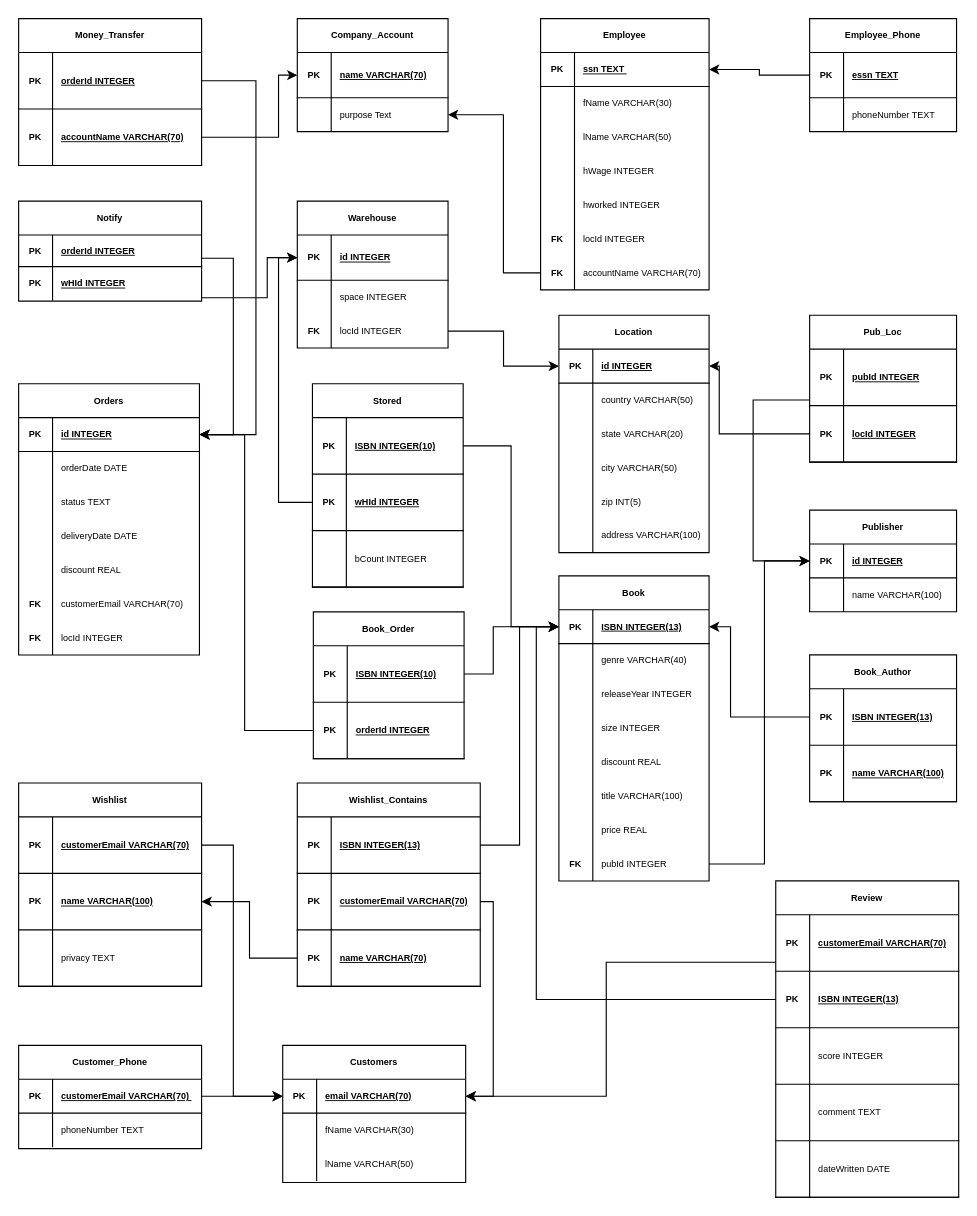
Above: RelatioalSchema.drawio in Will-Blanton/CSE_3241_Project (draw.io), before the change. Source tidied: cells renumbered, new cells numbered last; positions are measured from the earlier drawing's top-left corner, leaving out a move shared by most shapes. Both pictures are drawn from the tidied source at 113%, with x=0, y=0 at pixel (18, 18).
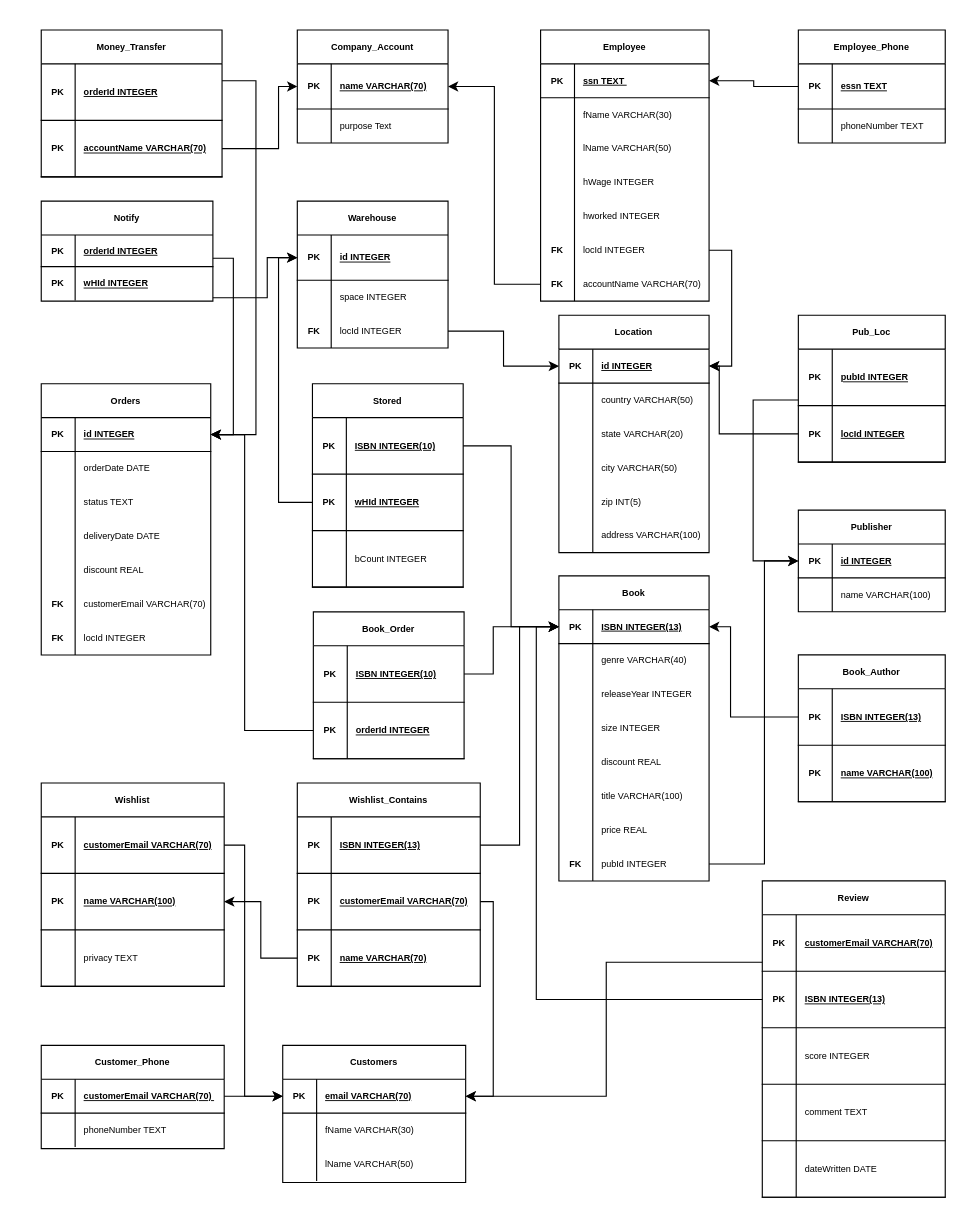
Above is the later version.

The change refers to these unchanged cells:
```xml
<mxCell id="2" style="group;fontSize=8;" parent="1" vertex="1">
  <mxGeometry x="20" width="811.9" height="1060" as="geometry" />
</mxCell>
<mxCell id="26" style="shape=partialRectangle;fillColor=none;points=[[0,0.5],[1,0.5]];portConstraint=eastwest;top=0;left=0;right=0;bottom=1;fontSize=8;" parent="25" vertex="1">
  <mxGeometry y="30" width="132.9" height="30" as="geometry" />
</mxCell>
<mxCell id="45" style="shape=partialRectangle;fillColor=none;points=[[0,0.5],[1,0.5]];portConstraint=eastwest;top=0;left=0;right=0;bottom=1;fontSize=8;" parent="44" vertex="1">
  <mxGeometry y="30" width="161.9" height="30" as="geometry" />
</mxCell>
<mxCell id="55" style="shape=partialRectangle;fillColor=none;points=[[0,0.5],[1,0.5]];portConstraint=eastwest;top=0;left=0;right=0;bottom=1;fontSize=8;" parent="54" vertex="1">
  <mxGeometry y="30" width="133.4" height="40" as="geometry" />
</mxCell>
<mxCell id="58" style="shape=partialRectangle;fillColor=none;points=[[0,0.5],[1,0.5]];portConstraint=eastwest;top=0;left=0;right=0;bottom=0;fontSize=8;" parent="54" vertex="1">
  <mxGeometry y="70" width="133.4" height="30" as="geometry" />
</mxCell>
<mxCell id="118" style="shape=partialRectangle;fillColor=none;points=[[0,0.5],[1,0.5]];portConstraint=eastwest;top=0;left=0;right=0;bottom=1;fontSize=8;" parent="117" vertex="1">
  <mxGeometry y="30" width="161.9" height="50" as="geometry" />
</mxCell>
<mxCell id="159" style="shape=partialRectangle;fillColor=none;points=[[0,0.5],[1,0.5]];portConstraint=eastwest;top=0;left=0;right=0;bottom=0;fontSize=8;" parent="143" vertex="1">
  <mxGeometry y="180" width="149.1" height="30" as="geometry" />
</mxCell>
<mxCell id="162" style="shape=partialRectangle;fillColor=none;points=[[0,0.5],[1,0.5]];portConstraint=eastwest;top=0;left=0;right=0;bottom=0;fontSize=8;" parent="143" vertex="1">
  <mxGeometry y="210" width="149.1" height="30" as="geometry" />
</mxCell>
```

Change to the diagram source:
```diff
@@
     <mxCell id="3" value="Orders" style="shape=table;startSize=30;childLayout=tableLayout;rowLines=0;fontStyle=1;align=center;fontSize=8;" parent="2" vertex="1">
-      <mxGeometry x="-20" y="323.1" width="160" height="240" as="geometry" />
+      <mxGeometry y="323.1" width="150" height="240" as="geometry" />
     </mxCell>
     <mxCell id="4" style="shape=partialRectangle;fillColor=none;points=[[0,0.5],[1,0.5]];portConstraint=eastwest;top=0;left=0;right=0;bottom=1;fontSize=8;" parent="3" vertex="1">
-      <mxGeometry y="30" width="160" height="30" as="geometry" />
+      <mxGeometry y="30" width="150" height="30" as="geometry" />
     </mxCell>
@@
     <mxCell id="6" value="id INTEGER " style="shape=partialRectangle;overflow=hidden;fillColor=none;top=0;left=0;bottom=0;right=0;align=left;spacingLeft=6;fontStyle=5;fontSize=8;" parent="4" vertex="1">
-      <mxGeometry x="30" width="130" height="30" as="geometry" />
+      <mxGeometry x="30" width="120" height="30" as="geometry" />
     </mxCell>
     <mxCell id="7" style="shape=partialRectangle;fillColor=none;top=0;left=0;right=0;bottom=0;fontSize=8;" parent="3" vertex="1">
-      <mxGeometry y="60" width="160" height="30" as="geometry" />
+      <mxGeometry y="60" width="150" height="30" as="geometry" />
     </mxCell>
@@
     <mxCell id="9" value="orderDate DATE" style="shape=partialRectangle;overflow=hidden;fillColor=none;top=0;left=0;bottom=0;right=0;align=left;spacingLeft=6;fontSize=8;" parent="7" vertex="1">
-      <mxGeometry x="30" width="130" height="30" as="geometry" />
+      <mxGeometry x="30" width="120" height="30" as="geometry" />
     </mxCell>
     <mxCell id="10" style="shape=partialRectangle;fillColor=none;top=0;left=0;right=0;bottom=0;fontSize=8;" parent="3" vertex="1">
-      <mxGeometry y="90" width="160" height="30" as="geometry" />
+      <mxGeometry y="90" width="150" height="30" as="geometry" />
     </mxCell>
@@
     <mxCell id="12" value="status TEXT" style="shape=partialRectangle;overflow=hidden;fillColor=none;top=0;left=0;bottom=0;right=0;align=left;spacingLeft=6;fontSize=8;" parent="10" vertex="1">
-      <mxGeometry x="30" width="130" height="30" as="geometry" />
+      <mxGeometry x="30" width="120" height="30" as="geometry" />
     </mxCell>
     <mxCell id="13" style="shape=partialRectangle;fillColor=none;top=0;left=0;right=0;bottom=0;fontSize=8;" parent="3" vertex="1">
-      <mxGeometry y="120" width="160" height="30" as="geometry" />
+      <mxGeometry y="120" width="150" height="30" as="geometry" />
     </mxCell>
@@
     <mxCell id="15" value="deliveryDate DATE" style="shape=partialRectangle;overflow=hidden;fillColor=none;top=0;left=0;bottom=0;right=0;align=left;spacingLeft=6;fontSize=8;" parent="13" vertex="1">
-      <mxGeometry x="30" width="130" height="30" as="geometry" />
+      <mxGeometry x="30" width="120" height="30" as="geometry" />
     </mxCell>
     <mxCell id="16" style="shape=partialRectangle;fillColor=none;top=0;left=0;right=0;bottom=0;fontSize=8;" parent="3" vertex="1">
-      <mxGeometry y="150" width="160" height="30" as="geometry" />
+      <mxGeometry y="150" width="150" height="30" as="geometry" />
     </mxCell>
@@
     <mxCell id="18" value="discount REAL " style="shape=partialRectangle;overflow=hidden;fillColor=none;top=0;left=0;bottom=0;right=0;align=left;spacingLeft=6;fontSize=8;" parent="16" vertex="1">
-      <mxGeometry x="30" width="130" height="30" as="geometry" />
+      <mxGeometry x="30" width="120" height="30" as="geometry" />
     </mxCell>
     <mxCell id="19" style="shape=partialRectangle;fillColor=none;top=0;left=0;right=0;bottom=0;fontSize=8;" parent="3" vertex="1">
-      <mxGeometry y="180" width="160" height="30" as="geometry" />
+      <mxGeometry y="180" width="150" height="30" as="geometry" />
     </mxCell>
@@
     <mxCell id="21" value="customerEmail VARCHAR(70) " style="shape=partialRectangle;overflow=hidden;fillColor=none;top=0;left=0;bottom=0;right=0;align=left;spacingLeft=6;fontSize=8;" parent="19" vertex="1">
-      <mxGeometry x="30" width="130" height="30" as="geometry" />
+      <mxGeometry x="30" width="120" height="30" as="geometry" />
     </mxCell>
     <mxCell id="22" style="shape=partialRectangle;fillColor=none;top=0;left=0;right=0;bottom=0;fontSize=8;" parent="3" vertex="1">
-      <mxGeometry y="210" width="160" height="30" as="geometry" />
+      <mxGeometry y="210" width="150" height="30" as="geometry" />
     </mxCell>
@@
     <mxCell id="24" value="locId INTEGER " style="shape=partialRectangle;overflow=hidden;fillColor=none;top=0;left=0;bottom=0;right=0;align=left;spacingLeft=6;fontSize=8;" parent="22" vertex="1">
-      <mxGeometry x="30" width="130" height="30" as="geometry" />
+      <mxGeometry x="30" width="120" height="30" as="geometry" />
     </mxCell>
@@
     <mxCell id="54" value="Company_Account" style="shape=table;startSize=30;childLayout=tableLayout;rowLines=0;fontStyle=1;align=center;fontSize=8;" parent="2" vertex="1">
-      <mxGeometry x="226.6" width="133.4" height="100" as="geometry" />
+      <mxGeometry x="226.6" y="10" width="133.4" height="100" as="geometry" />
     </mxCell>
@@
     <mxCell id="61" value="Customer_Phone" style="shape=table;startSize=30;childLayout=tableLayout;rowLines=0;fontStyle=1;align=center;fontSize=8;" parent="2" vertex="1">
-      <mxGeometry x="-20" y="908.6" width="161.9" height="91.4" as="geometry" />
+      <mxGeometry y="908.6" width="161.9" height="91.4" as="geometry" />
     </mxCell>
@@
     <mxCell id="68" value="Publisher" style="shape=table;startSize=30;childLayout=tableLayout;rowLines=0;fontStyle=1;align=center;fontSize=8;" parent="2" vertex="1">
-      <mxGeometry x="680" y="434.9" width="130" height="90" as="geometry" />
+      <mxGeometry x="670" y="434.9" width="130" height="90" as="geometry" />
     </mxCell>
@@
     <mxCell id="100" value="Book_Author" style="shape=table;startSize=30;childLayout=tableLayout;rowLines=0;fontStyle=1;align=center;fontSize=8;" parent="2" vertex="1">
-      <mxGeometry x="680" y="563" width="130" height="130" as="geometry" />
+      <mxGeometry x="670" y="563" width="130" height="130" as="geometry" />
     </mxCell>
@@
     <mxCell id="117" value="Wishlist" style="shape=table;startSize=30;childLayout=tableLayout;rowLines=0;fontStyle=1;align=center;fontSize=8;" parent="2" vertex="1">
-      <mxGeometry x="-20" y="676.4" width="161.9" height="180" as="geometry" />
+      <mxGeometry y="676.4" width="161.9" height="180" as="geometry" />
     </mxCell>
@@
     <mxCell id="127" value="Review" style="shape=table;startSize=30;childLayout=tableLayout;rowLines=0;fontStyle=1;align=center;fontSize=8;" parent="2" vertex="1">
-      <mxGeometry x="650" y="763" width="161.9" height="280" as="geometry" />
+      <mxGeometry x="638.1" y="763" width="161.9" height="280" as="geometry" />
     </mxCell>
@@
     <mxCell id="143" value="Employee" style="shape=table;startSize=30;childLayout=tableLayout;rowLines=0;fontStyle=1;align=center;fontSize=8;" parent="2" vertex="1">
-      <mxGeometry x="441.9" width="149.1" height="240" as="geometry" />
+      <mxGeometry x="441.9" y="10" width="149.1" height="240" as="geometry" />
     </mxCell>
@@
     <mxCell id="165" value="Employee_Phone" style="shape=table;startSize=30;childLayout=tableLayout;rowLines=0;fontStyle=1;align=center;fontSize=8;" parent="2" vertex="1">
-      <mxGeometry x="680" width="130" height="100" as="geometry" />
+      <mxGeometry x="670" y="10" width="130" height="100" as="geometry" />
     </mxCell>
@@
     <mxCell id="182" value="Notify" style="shape=table;startSize=30;childLayout=tableLayout;rowLines=0;fontStyle=1;align=center;fontSize=8;" parent="2" vertex="1">
-      <mxGeometry x="-20" y="161.5" width="161.9" height="88.5" as="geometry" />
+      <mxGeometry y="161.5" width="151.9" height="88.5" as="geometry" />
     </mxCell>
     <mxCell id="183" style="shape=partialRectangle;fillColor=none;points=[[0,0.5],[1,0.5]];portConstraint=eastwest;top=0;left=0;right=0;bottom=1;fontSize=8;" parent="182" vertex="1">
-      <mxGeometry y="30" width="161.9" height="28" as="geometry" />
+      <mxGeometry y="30" width="151.9" height="28" as="geometry" />
     </mxCell>
@@
     <mxCell id="185" value="orderId INTEGER" style="shape=partialRectangle;overflow=hidden;fillColor=none;top=0;left=0;bottom=0;right=0;align=left;spacingLeft=6;fontStyle=5;fontSize=8;" parent="183" vertex="1">
-      <mxGeometry x="30" width="131.9" height="28" as="geometry" />
+      <mxGeometry x="30" width="121.9" height="28" as="geometry" />
     </mxCell>
     <mxCell id="186" style="shape=partialRectangle;fillColor=none;points=[[0,0.5],[1,0.5]];portConstraint=eastwest;top=0;left=0;right=0;bottom=0;fontSize=8;" parent="182" vertex="1">
-      <mxGeometry y="58" width="161.9" height="30" as="geometry" />
+      <mxGeometry y="58" width="151.9" height="30" as="geometry" />
     </mxCell>
@@
     <mxCell id="188" value="wHId INTEGER" style="shape=partialRectangle;overflow=hidden;fillColor=none;top=0;left=0;bottom=0;right=0;align=left;spacingLeft=6;fontStyle=5;fontSize=8;" parent="186" vertex="1">
-      <mxGeometry x="30" width="131.9" height="30" as="geometry" />
+      <mxGeometry x="30" width="121.9" height="30" as="geometry" />
     </mxCell>
-    <mxCell id="189" value="Money_Transfer" style="shape=table;startSize=30;childLayout=tableLayout;rowLines=0;fontStyle=1;align=center;fontSize=8;" parent="2" vertex="1">
-      <mxGeometry x="-20" width="161.9" height="130" as="geometry" />
-    </mxCell>
-    <mxCell id="190" style="shape=partialRectangle;fillColor=none;points=[[0,0.5],[1,0.5]];portConstraint=eastwest;top=0;left=0;right=0;bottom=1;fontSize=8;" parent="189" vertex="1">
-      <mxGeometry y="30" width="161.9" height="50" as="geometry" />
-    </mxCell>
-    <mxCell id="191" value="PK" style="shape=partialRectangle;overflow=hidden;fillColor=none;top=0;left=0;bottom=0;right=0;fontStyle=1;fontSize=8;" parent="190" vertex="1">
-      <mxGeometry width="30" height="50" as="geometry" />
-    </mxCell>
-    <mxCell id="192" value="orderId INTEGER" style="shape=partialRectangle;overflow=hidden;fillColor=none;top=0;left=0;bottom=0;right=0;align=left;spacingLeft=6;fontStyle=5;fontSize=8;" parent="190" vertex="1">
-      <mxGeometry x="30" width="131.9" height="50" as="geometry" />
-    </mxCell>
-    <mxCell id="193" style="shape=partialRectangle;fillColor=none;points=[[0,0.5],[1,0.5]];portConstraint=eastwest;top=0;left=0;right=0;bottom=1;fontSize=8;" parent="189" vertex="1">
-      <mxGeometry y="80" width="161.9" height="50" as="geometry" />
-    </mxCell>
-    <mxCell id="194" value="PK" style="shape=partialRectangle;overflow=hidden;fillColor=none;top=0;left=0;bottom=0;right=0;fontStyle=1;fontSize=8;" parent="193" vertex="1">
-      <mxGeometry width="30" height="50" as="geometry" />
-    </mxCell>
-    <mxCell id="195" value="accountName VARCHAR(70)" style="shape=partialRectangle;overflow=hidden;fillColor=none;top=0;left=0;bottom=0;right=0;align=left;spacingLeft=6;fontStyle=5;fontSize=8;" parent="193" vertex="1">
-      <mxGeometry x="30" width="131.9" height="50" as="geometry" />
-    </mxCell>
     <mxCell id="196" value="Pub_Loc" style="shape=table;startSize=30;childLayout=tableLayout;rowLines=0;fontStyle=1;align=center;fontSize=8;" parent="2" vertex="1">
-      <mxGeometry x="680" y="262.5" width="130" height="130" as="geometry" />
+      <mxGeometry x="670" y="262.5" width="130" height="130" as="geometry" />
     </mxCell>
@@
     <mxCell id="222" style="edgeStyle=orthogonalEdgeStyle;rounded=0;jettySize=auto;html=1;entryX=0;entryY=0.5;entryDx=0;entryDy=0;fontSize=8;" parent="2" edge="1" source="118" target="45">
       <mxGeometry relative="1" as="geometry">
         <Array as="points">
-          <mxPoint x="170" y="731" />
-          <mxPoint x="170" y="954" />
+          <mxPoint x="180" y="731" />
+          <mxPoint x="180" y="954" />
         </Array>
       </mxGeometry>
     </mxCell>
@@
-    <mxCell id="226" style="edgeStyle=orthogonalEdgeStyle;rounded=0;jettySize=auto;html=1;entryX=0;entryY=0.5;entryDx=0;entryDy=0;fontSize=8;" parent="2" edge="1" source="193" target="55">
-      <mxGeometry relative="1" as="geometry">
-        <Array as="points">
-          <mxPoint x="210" y="105" />
-          <mxPoint x="210" y="50" />
-        </Array>
-      </mxGeometry>
-    </mxCell>
@@
-    <mxCell id="228" style="edgeStyle=orthogonalEdgeStyle;rounded=0;jettySize=auto;html=1;entryX=1;entryY=0.5;entryDx=0;entryDy=0;" parent="2" edge="1" source="162" target="58">
-      <mxGeometry relative="1" as="geometry">
-        <Array as="points">
-          <mxPoint x="409" y="225" />
-          <mxPoint x="409" y="85" />
-        </Array>
-      </mxGeometry>
-    </mxCell>
@@
-    <mxCell id="233" style="edgeStyle=orthogonalEdgeStyle;rounded=0;jettySize=auto;html=1;entryX=1;entryY=0.5;entryDx=0;entryDy=0;" parent="2" edge="1" source="190" target="4">
-      <mxGeometry relative="1" as="geometry">
-        <Array as="points">
-          <mxPoint x="190" y="55" />
-          <mxPoint x="190" y="368" />
-        </Array>
-      </mxGeometry>
-    </mxCell>
@@
+    <mxCell id="242" style="edgeStyle=orthogonalEdgeStyle;rounded=0;jettySize=auto;html=1;entryX=1;entryY=0.5;entryDx=0;entryDy=0;" parent="2" edge="1" source="162" target="55">
+      <mxGeometry relative="1" as="geometry" />
+    </mxCell>
+    <mxCell id="243" style="edgeStyle=orthogonalEdgeStyle;rounded=0;jettySize=auto;html=1;entryX=1;entryY=0.5;entryDx=0;entryDy=0;" parent="2" edge="1" source="159" target="26">
+      <mxGeometry relative="1" as="geometry" />
+    </mxCell>
+    <mxCell id="189" value="Money_Transfer" style="shape=table;startSize=30;childLayout=tableLayout;rowLines=0;fontStyle=1;align=center;fontSize=8;" parent="1" vertex="1">
+      <mxGeometry x="20" y="10" width="160" height="130" as="geometry" />
+    </mxCell>
+    <mxCell id="190" style="shape=partialRectangle;fillColor=none;points=[[0,0.5],[1,0.5]];portConstraint=eastwest;top=0;left=0;right=0;bottom=1;fontSize=8;" parent="189" vertex="1">
+      <mxGeometry y="30" width="160" height="50" as="geometry" />
+    </mxCell>
+    <mxCell id="191" value="PK" style="shape=partialRectangle;overflow=hidden;fillColor=none;top=0;left=0;bottom=0;right=0;fontStyle=1;fontSize=8;" parent="190" vertex="1">
+      <mxGeometry width="30" height="50" as="geometry" />
+    </mxCell>
+    <mxCell id="192" value="orderId INTEGER" style="shape=partialRectangle;overflow=hidden;fillColor=none;top=0;left=0;bottom=0;right=0;align=left;spacingLeft=6;fontStyle=5;fontSize=8;" parent="190" vertex="1">
+      <mxGeometry x="30" width="130" height="50" as="geometry" />
+    </mxCell>
+    <mxCell id="193" style="shape=partialRectangle;fillColor=none;points=[[0,0.5],[1,0.5]];portConstraint=eastwest;top=0;left=0;right=0;bottom=1;fontSize=8;" parent="189" vertex="1">
+      <mxGeometry y="80" width="160" height="50" as="geometry" />
+    </mxCell>
+    <mxCell id="194" value="PK" style="shape=partialRectangle;overflow=hidden;fillColor=none;top=0;left=0;bottom=0;right=0;fontStyle=1;fontSize=8;" parent="193" vertex="1">
+      <mxGeometry width="30" height="50" as="geometry" />
+    </mxCell>
+    <mxCell id="195" value="accountName VARCHAR(70)" style="shape=partialRectangle;overflow=hidden;fillColor=none;top=0;left=0;bottom=0;right=0;align=left;spacingLeft=6;fontStyle=5;fontSize=8;" parent="193" vertex="1">
+      <mxGeometry x="30" width="130" height="50" as="geometry" />
+    </mxCell>
+    <mxCell id="233" style="edgeStyle=orthogonalEdgeStyle;rounded=0;jettySize=auto;html=1;entryX=1;entryY=0.5;entryDx=0;entryDy=0;" parent="1" edge="1" source="190" target="4">
+      <mxGeometry relative="1" as="geometry">
+        <Array as="points">
+          <mxPoint x="210" y="55" />
+          <mxPoint x="210" y="368" />
+        </Array>
+      </mxGeometry>
+    </mxCell>
+    <mxCell id="226" style="edgeStyle=orthogonalEdgeStyle;rounded=0;jettySize=auto;html=1;entryX=0;entryY=0.5;entryDx=0;entryDy=0;" parent="1" edge="1" source="193" target="55">
+      <mxGeometry relative="1" as="geometry">
+        <Array as="points">
+          <mxPoint x="230" y="115" />
+          <mxPoint x="230" y="60" />
+        </Array>
+      </mxGeometry>
+    </mxCell>
```
